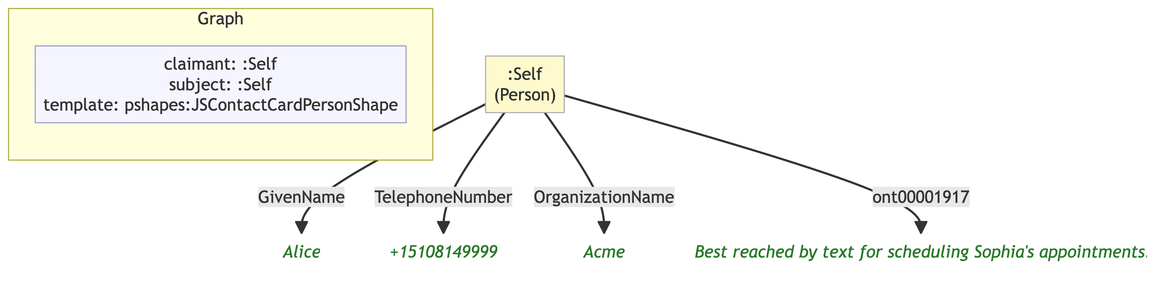
Earlier version of the Mermaid export example/graphs/images/graph-30.png (MeeFoundation/mia-ontologies). Its source is kept beside it as example/graphs/images/graph-30.mmd.
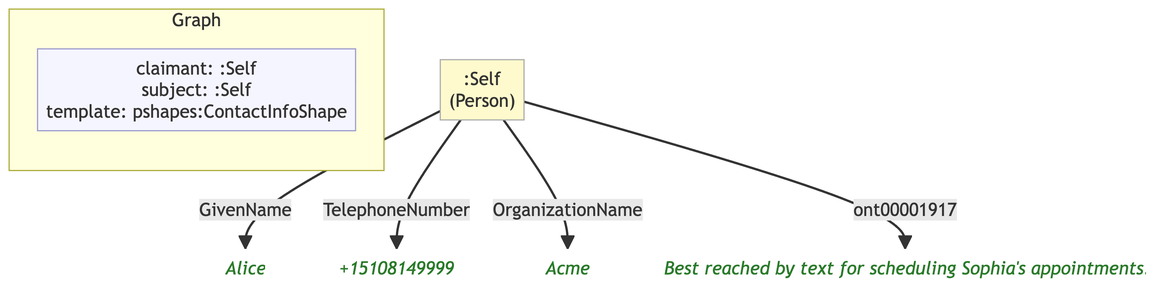
The same diagram one commit later.

The edit, as a diff of the source:
```diff
@@ -6,16 +6,16 @@
 
     subgraph ctx["Graph"]
         direction LR
-        ctx_meta["claimant: :Self\nsubject: :Self\ntemplate: pshapes:JSContactCardPersonShape"]:::meta
+        ctx_meta["claimant: :Self\nsubject: :Self\ntemplate: pshapes:ContactInfoShape"]:::meta
     end
 
     ne0c3ba92f1db[":Self\n(Person)"]:::person
-    n44833b906db3("Alice"):::lit
-    nb39f5c12ed1d("+15108149999"):::lit
-    n8e2be5f40254("Acme"):::lit
-    n25177ec8fc7e("Best reached by text for scheduling Sophia's appointments."):::lit
+    nab743c88cf13("Alice"):::lit
+    nb8f0baf272a0("+15108149999"):::lit
+    n53cc191b7f44("Acme"):::lit
+    n66d96210b6a5("Best reached by text for scheduling Sophia's appointments."):::lit
 
-    ne0c3ba92f1db -->|"GivenName"| n44833b906db3
-    ne0c3ba92f1db -->|"TelephoneNumber"| nb39f5c12ed1d
-    ne0c3ba92f1db -->|"OrganizationName"| n8e2be5f40254
-    ne0c3ba92f1db -->|"ont00001917"| n25177ec8fc7e
+    ne0c3ba92f1db -->|"GivenName"| nab743c88cf13
+    ne0c3ba92f1db -->|"TelephoneNumber"| nb8f0baf272a0
+    ne0c3ba92f1db -->|"OrganizationName"| n53cc191b7f44
+    ne0c3ba92f1db -->|"ont00001917"| n66d96210b6a5
```
